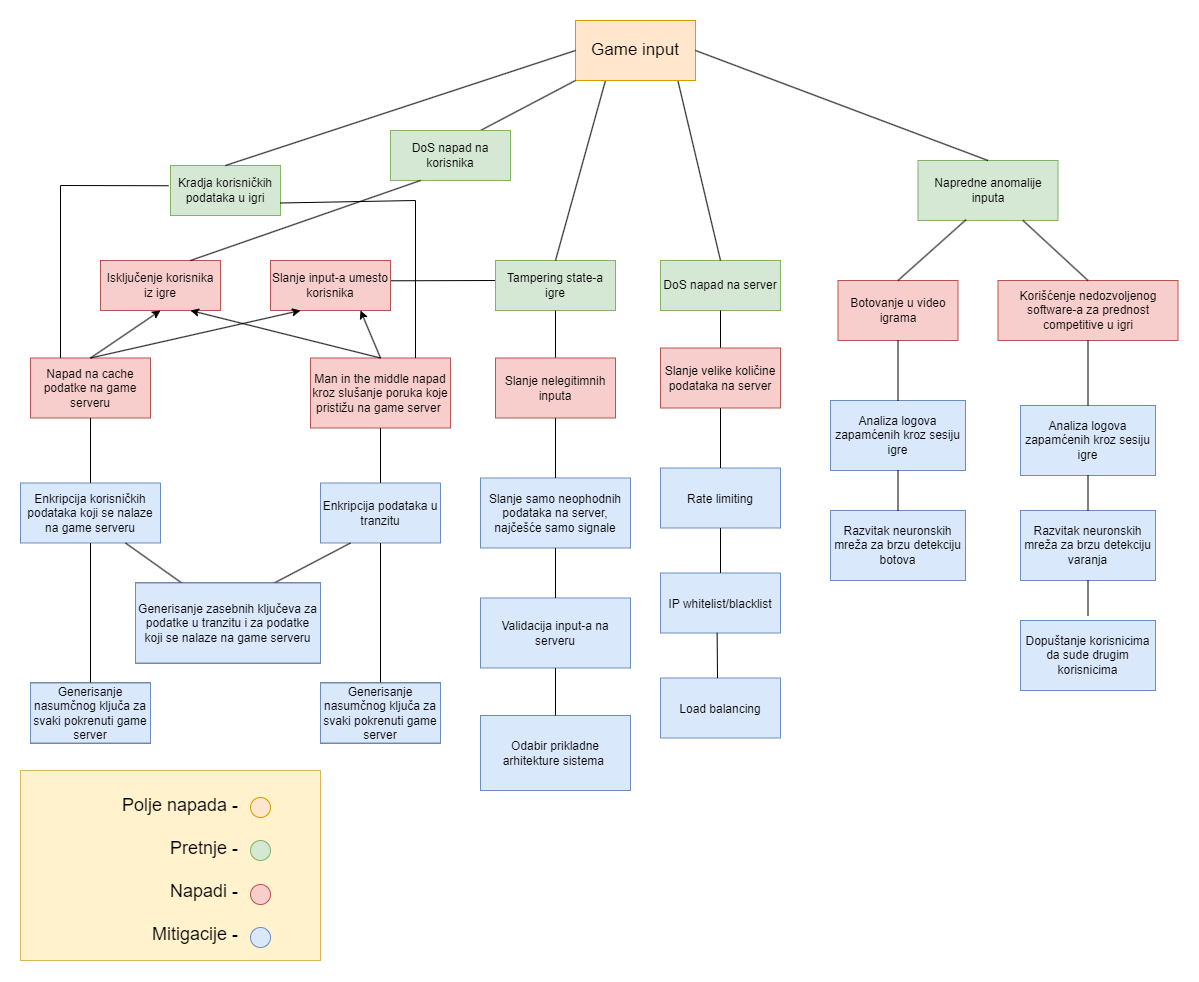
JanosevicRa177/Game-security-research keeps this draw.io diagram as literatura/Naucni clanci/Online igre/Analiza pretnji kroz analizu inputa korisnika/Slike/modelovanje pretnji game inputa.png. Above is the earlier version. Source tidied: cells renumbered, new cells last; positions are measured from the earlier drawing's top-left corner, leaving out a move shared by most shapes.
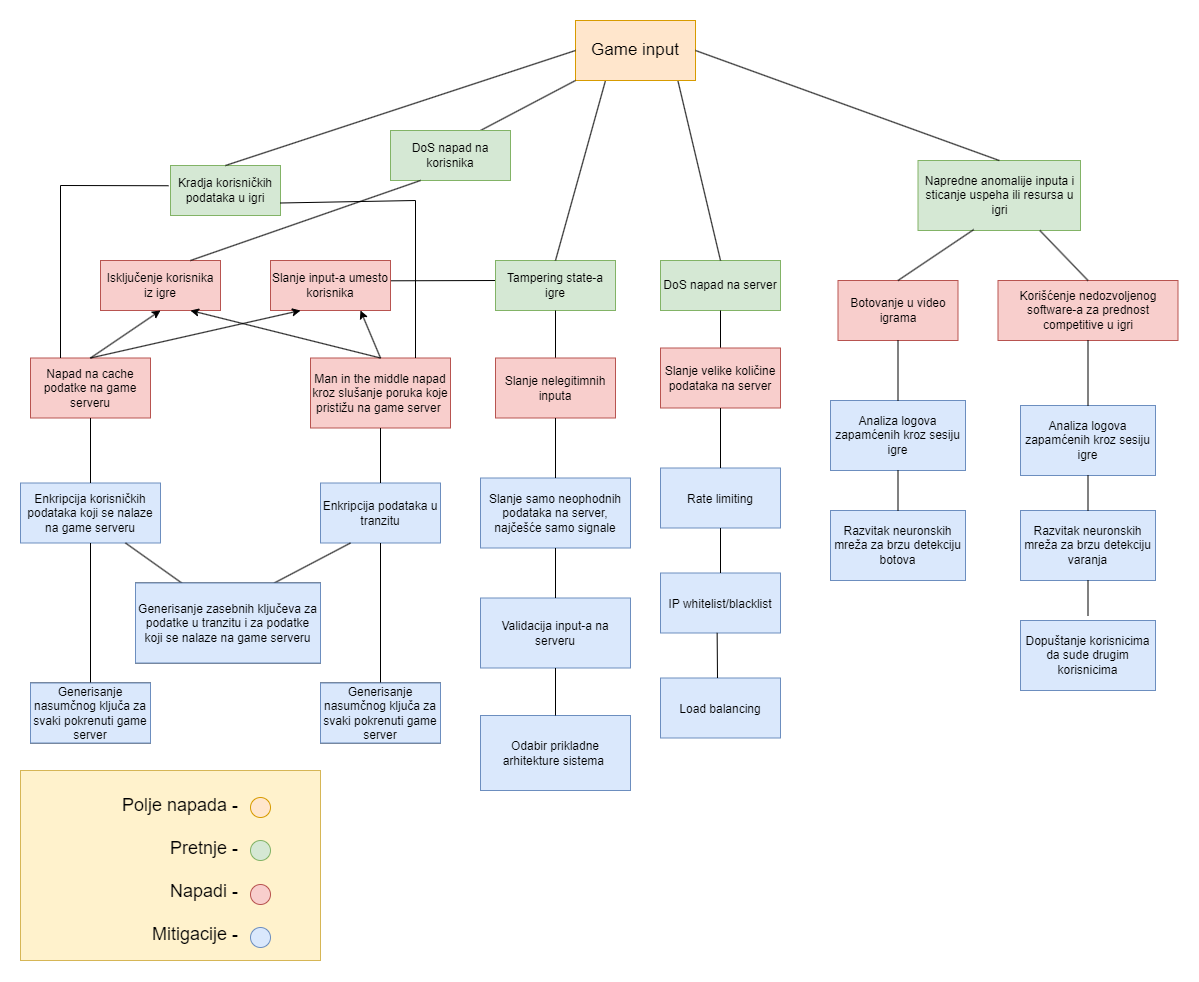
Later version of the same file.

Commit message:
fixed diagram for inputs

Diff of the diagram source:
```diff
@@ -36,8 +36,8 @@
         </Array>
       </mxGeometry>
     </mxCell>
-    <mxCell id="12" value="Napredne anomalije inputa" style="rounded=0;whiteSpace=wrap;html=1;fillColor=#d5e8d4;strokeColor=#82b366;" parent="1" vertex="1">
-      <mxGeometry x="897.5" y="140" width="140" height="60" as="geometry" />
+    <mxCell id="12" value="Napredne anomalije inputa&amp;nbsp;i sticanje uspeha ili resursa u igri" style="rounded=0;whiteSpace=wrap;html=1;fillColor=#d5e8d4;strokeColor=#82b366;" parent="1" vertex="1">
+      <mxGeometry x="897.5" y="140" width="162.5" height="70" as="geometry" />
     </mxCell>
     <mxCell id="13" value="Botovanje u video igrama" style="rounded=0;whiteSpace=wrap;html=1;fillColor=#f8cecc;strokeColor=#b85450;" parent="1" vertex="1">
       <mxGeometry x="817.5" y="260" width="120" height="60" as="geometry" />
```
